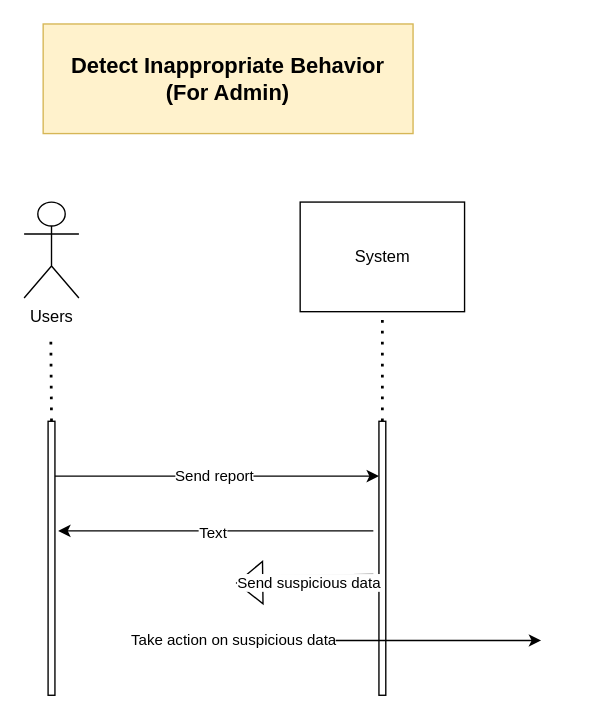
The draw.io diagram page "Detect Inappropriate Behavior (For Admin)" (17 of 17) of StudtMate.drawio in ParkinnAuto/StudyMate, before the edit. Source tidied: cells renumbered, new cells numbered last; positions are measured from the earlier drawing's top-left corner, leaving out a move shared by most shapes. Both pictures are drawn from the tidied source at 137%, with x=0, y=0 at pixel (23, 23).
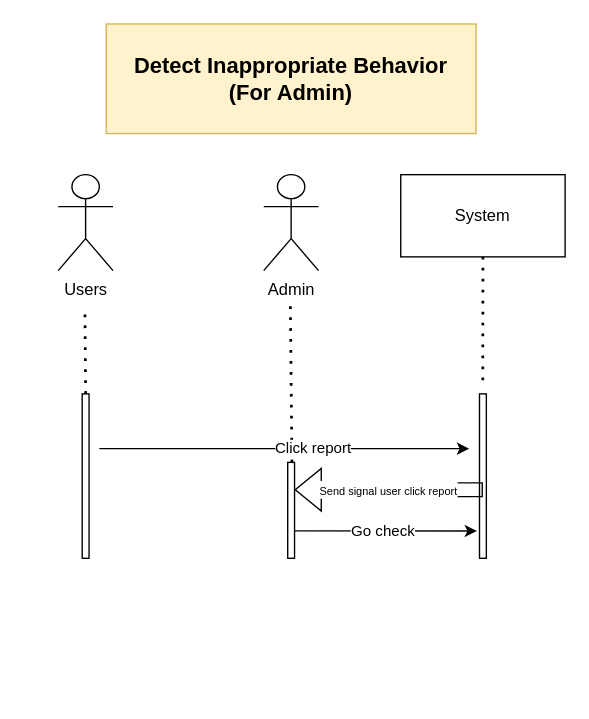
The same page after the edit.

What changed in the source:
```diff
@@
+    <mxCell id="6" value="&lt;div&gt;&lt;span style=&quot;font-size: 16px;&quot;&gt;&lt;b&gt;Detect Inappropriate Behavior&lt;/b&gt;&lt;/span&gt;&lt;/div&gt;&lt;div&gt;&lt;span style=&quot;font-size: 16px;&quot;&gt;&lt;b&gt;(For Admin)&lt;/b&gt;&lt;/span&gt;&lt;/div&gt;" style="text;html=1;align=center;verticalAlign=middle;whiteSpace=wrap;rounded=0;fillColor=#fff2cc;strokeColor=#d6b656;" parent="1" vertex="1">
+      <mxGeometry x="60" width="270" height="80" as="geometry" />
+    </mxCell>
     <mxCell id="2" value="Users" style="shape=umlActor;verticalLabelPosition=bottom;verticalAlign=top;html=1;" parent="1" vertex="1">
-      <mxGeometry x="0.1" y="130" width="40" height="70" as="geometry" />
+      <mxGeometry x="25" y="110" width="40" height="70" as="geometry" />
     </mxCell>
-    <mxCell id="3" style="endArrow=none;dashed=1;html=1;dashPattern=1 3;strokeWidth=2;rounded=0;" parent="1" edge="1">
-      <mxGeometry relative="1" as="geometry">
-        <mxPoint x="20.1" y="290" as="sourcePoint" />
-        <mxPoint x="19.6" y="230" as="targetPoint" />
-      </mxGeometry>
-    </mxCell>
-    <mxCell id="4" style="endArrow=classic;html=1;rounded=0;exitX=0.913;exitY=0.167;exitDx=0;exitDy=0;exitPerimeter=0;entryX=0.5;entryY=0.167;entryDx=0;entryDy=0;entryPerimeter=0;" parent="1" edge="1">
-      <mxGeometry relative="1" as="geometry">
-        <mxPoint x="21.1" y="330" as="sourcePoint" />
-        <mxPoint x="259.1" y="330" as="targetPoint" />
-      </mxGeometry>
-    </mxCell>
-    <mxCell id="5" value="Send report" style="edgeLabel;html=1;align=center;verticalAlign=middle;" parent="4" vertex="1">
-      <mxGeometry x="-0.02" y="1" relative="1" as="geometry" />
-    </mxCell>
-    <mxCell id="6" value="&lt;div&gt;&lt;span style=&quot;font-size: 16px;&quot;&gt;&lt;b&gt;Detect Inappropriate Behavior&lt;/b&gt;&lt;/span&gt;&lt;/div&gt;&lt;div&gt;&lt;span style=&quot;font-size: 16px;&quot;&gt;&lt;b&gt;(For Admin)&lt;/b&gt;&lt;/span&gt;&lt;/div&gt;" style="text;html=1;align=center;verticalAlign=middle;whiteSpace=wrap;rounded=0;fillColor=#fff2cc;strokeColor=#d6b656;" parent="1" vertex="1">
-      <mxGeometry x="14" width="270" height="80" as="geometry" />
-    </mxCell>
-    <mxCell id="7" style="rounded=0;whiteSpace=wrap;html=1;" parent="1" vertex="1">
-      <mxGeometry x="17.6" y="290" width="5" height="200" as="geometry" />
-    </mxCell>
-    <mxCell id="8" style="endArrow=none;dashed=1;html=1;dashPattern=1 3;strokeWidth=2;rounded=0;entryX=0.5;entryY=1;entryDx=0;entryDy=0;" parent="1" edge="1">
-      <mxGeometry relative="1" as="geometry">
-        <mxPoint x="261.6" y="290" as="sourcePoint" />
-        <mxPoint x="261.6" y="210" as="targetPoint" />
-      </mxGeometry>
-    </mxCell>
-    <mxCell id="9" style="rounded=0;whiteSpace=wrap;html=1;" parent="1" vertex="1">
-      <mxGeometry x="259.1" y="290" width="5" height="200" as="geometry" />
-    </mxCell>
+    <mxCell id="17" style="endArrow=none;dashed=1;html=1;dashPattern=1 3;strokeWidth=2;rounded=0;" parent="1" edge="1">
+      <mxGeometry relative="1" as="geometry">
+        <mxPoint x="45" y="270" as="sourcePoint" />
+        <mxPoint x="44.5" y="210" as="targetPoint" />
+      </mxGeometry>
+    </mxCell>
+    <mxCell id="18" style="endArrow=none;dashed=1;html=1;dashPattern=1 3;strokeWidth=2;rounded=0;exitX=0.75;exitY=0;exitDx=0;exitDy=0;" parent="1" edge="1">
+      <mxGeometry relative="1" as="geometry">
+        <mxPoint x="195.6" y="320" as="sourcePoint" />
+        <mxPoint x="194.4" y="200" as="targetPoint" />
+      </mxGeometry>
+    </mxCell>
+    <mxCell id="19" style="endArrow=classic;html=1;rounded=0;" parent="1" edge="1">
+      <mxGeometry relative="1" as="geometry">
+        <mxPoint x="55" y="310" as="sourcePoint" />
+        <mxPoint x="325" y="310" as="targetPoint" />
+      </mxGeometry>
+    </mxCell>
+    <mxCell id="20" value="Click report" style="edgeLabel;html=1;align=center;verticalAlign=middle;" parent="19" vertex="1">
+      <mxGeometry x="-0.02" y="1" relative="1" as="geometry">
+        <mxPoint x="23" as="offset" />
+      </mxGeometry>
+    </mxCell>
+    <mxCell id="21" style="rounded=0;whiteSpace=wrap;html=1;" parent="1" vertex="1">
+      <mxGeometry x="42.5" y="270" width="5" height="120" as="geometry" />
+    </mxCell>
+    <mxCell id="22" style="rounded=0;whiteSpace=wrap;html=1;" parent="1" vertex="1">
+      <mxGeometry x="192.5" y="320" width="5" height="70" as="geometry" />
+    </mxCell>
+    <mxCell id="23" value="Admin" style="shape=umlActor;verticalLabelPosition=bottom;verticalAlign=top;html=1;" parent="1" vertex="1">
+      <mxGeometry x="175" y="110" width="40" height="70" as="geometry" />
+    </mxCell>
     <mxCell id="10" value="System" style="rounded=0;whiteSpace=wrap;html=1;" parent="1" vertex="1">
-      <mxGeometry x="201.6" y="130" width="120" height="80" as="geometry" />
+      <mxGeometry x="275" y="110" width="120" height="60" as="geometry" />
     </mxCell>
-    <mxCell id="11" style="shape=flexArrow;endArrow=classic;html=1;rounded=0;entryX=0.46;entryY=0.59;entryDx=0;entryDy=0;entryPerimeter=0;exitX=-0.805;exitY=0.584;exitDx=0;exitDy=0;exitPerimeter=0;" parent="1" edge="1" source="9">
-      <mxGeometry relative="1" as="geometry">
-        <mxPoint x="154.8" y="408" as="targetPoint" />
-      </mxGeometry>
-    </mxCell>
-    <mxCell id="12" value="Send suspicious data" style="edgeLabel;html=1;align=center;verticalAlign=middle;" parent="11" vertex="1">
-      <mxGeometry x="-0.05" relative="1" as="geometry" />
-    </mxCell>
-    <mxCell id="13" style="endArrow=classic;html=1;rounded=0;" parent="1" edge="1">
-      <mxGeometry relative="1" as="geometry">
-        <mxPoint x="157.5" y="450" as="sourcePoint" />
-        <mxPoint x="377.5" y="450" as="targetPoint" />
-      </mxGeometry>
-    </mxCell>
-    <mxCell id="14" value="Take action on suspicious data" style="edgeLabel;html=1;align=center;verticalAlign=middle;" parent="13" vertex="1">
-      <mxGeometry x="-0.02" y="1" relative="1" as="geometry">
-        <mxPoint x="-113" as="offset" />
-      </mxGeometry>
-    </mxCell>
-    <mxCell id="15" style="endArrow=classic;html=1;rounded=0;entryX=1.474;entryY=0.4;entryDx=0;entryDy=0;entryPerimeter=0;" parent="1" edge="1" target="7">
-      <mxGeometry relative="1" as="geometry">
-        <mxPoint x="255" y="370" as="sourcePoint" />
-      </mxGeometry>
-    </mxCell>
-    <mxCell id="16" value="Text" style="edgeLabel;html=1;align=center;verticalAlign=middle;" parent="15" vertex="1">
-      <mxGeometry x="0.03" y="1" relative="1" as="geometry" />
-    </mxCell>
+    <mxCell id="24" style="endArrow=none;dashed=1;html=1;dashPattern=1 3;strokeWidth=2;rounded=0;entryX=0.5;entryY=1;entryDx=0;entryDy=0;" parent="1" edge="1" target="10">
+      <mxGeometry relative="1" as="geometry">
+        <mxPoint x="334.9" y="260" as="sourcePoint" />
+      </mxGeometry>
+    </mxCell>
+    <mxCell id="25" style="rounded=0;whiteSpace=wrap;html=1;" parent="1" vertex="1">
+      <mxGeometry x="332.5" y="270" width="5" height="120" as="geometry" />
+    </mxCell>
+    <mxCell id="26" style="shape=flexArrow;endArrow=classic;html=1;rounded=0;" parent="1" edge="1">
+      <mxGeometry relative="1" as="geometry">
+        <mxPoint x="335" y="340" as="sourcePoint" />
+        <mxPoint x="197.5" y="340" as="targetPoint" />
+      </mxGeometry>
+    </mxCell>
+    <mxCell id="27" value="&lt;font style=&quot;font-size: 8px;&quot;&gt;Send signal user click report&lt;/font&gt;" style="edgeLabel;html=1;align=center;verticalAlign=middle;" parent="26" vertex="1">
+      <mxGeometry x="0.02" y="-1" relative="1" as="geometry" />
+    </mxCell>
+    <mxCell id="28" style="endArrow=classic;html=1;rounded=0;entryX=-0.364;entryY=0.834;entryDx=0;entryDy=0;entryPerimeter=0;" parent="1" edge="1" target="25">
+      <mxGeometry relative="1" as="geometry">
+        <mxPoint x="197.5" y="370" as="sourcePoint" />
+      </mxGeometry>
+    </mxCell>
+    <mxCell id="29" value="Go check" style="edgeLabel;html=1;align=center;verticalAlign=middle;" parent="28" vertex="1">
+      <mxGeometry x="-0.02" y="1" relative="1" as="geometry">
+        <mxPoint x="-1" as="offset" />
+      </mxGeometry>
+    </mxCell>
```
